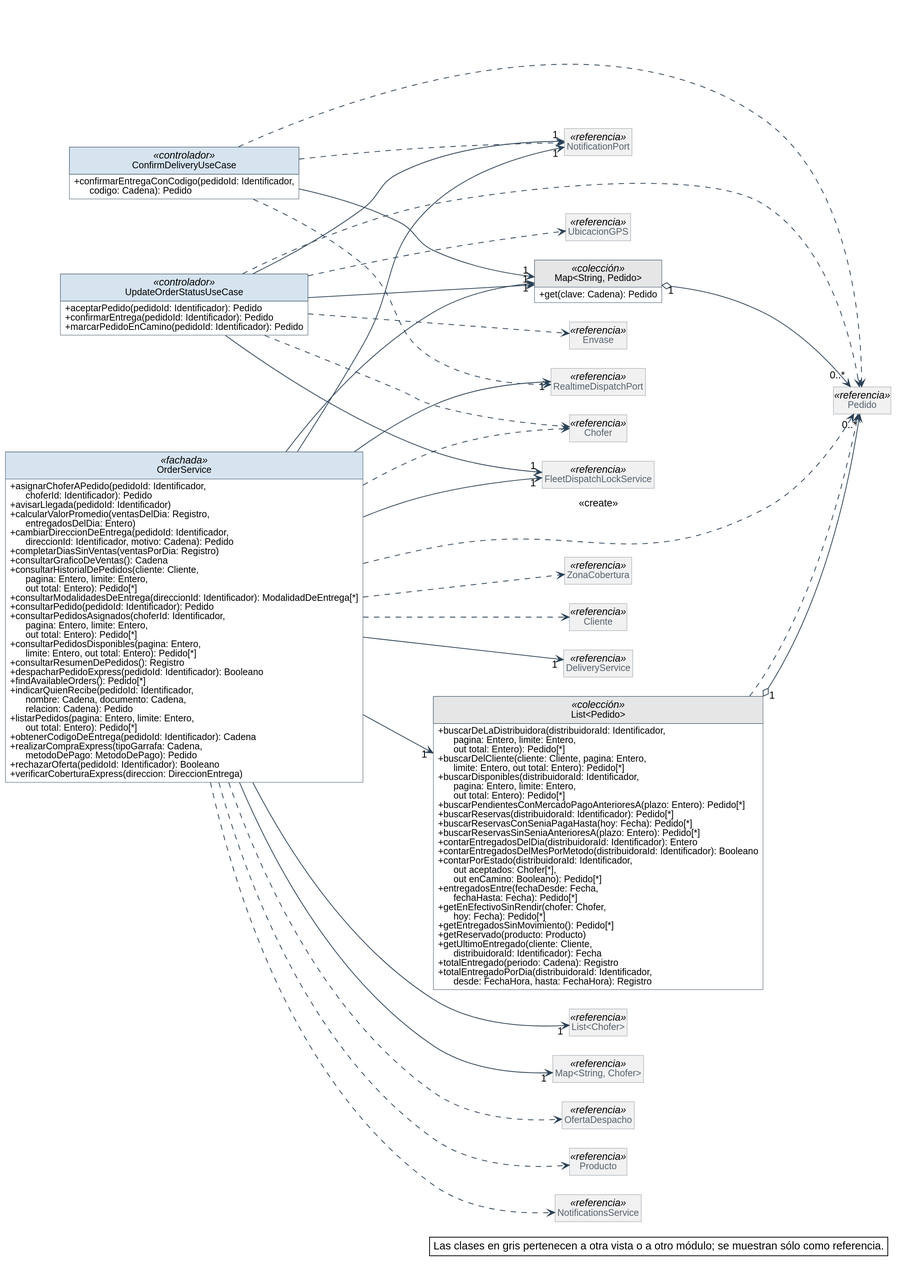
Above: diagramas/clases-diseno/DC_Mod_Pedidos-estado.svg in Nahuelito-Dev/splg-docs (PlantUML), before the change.
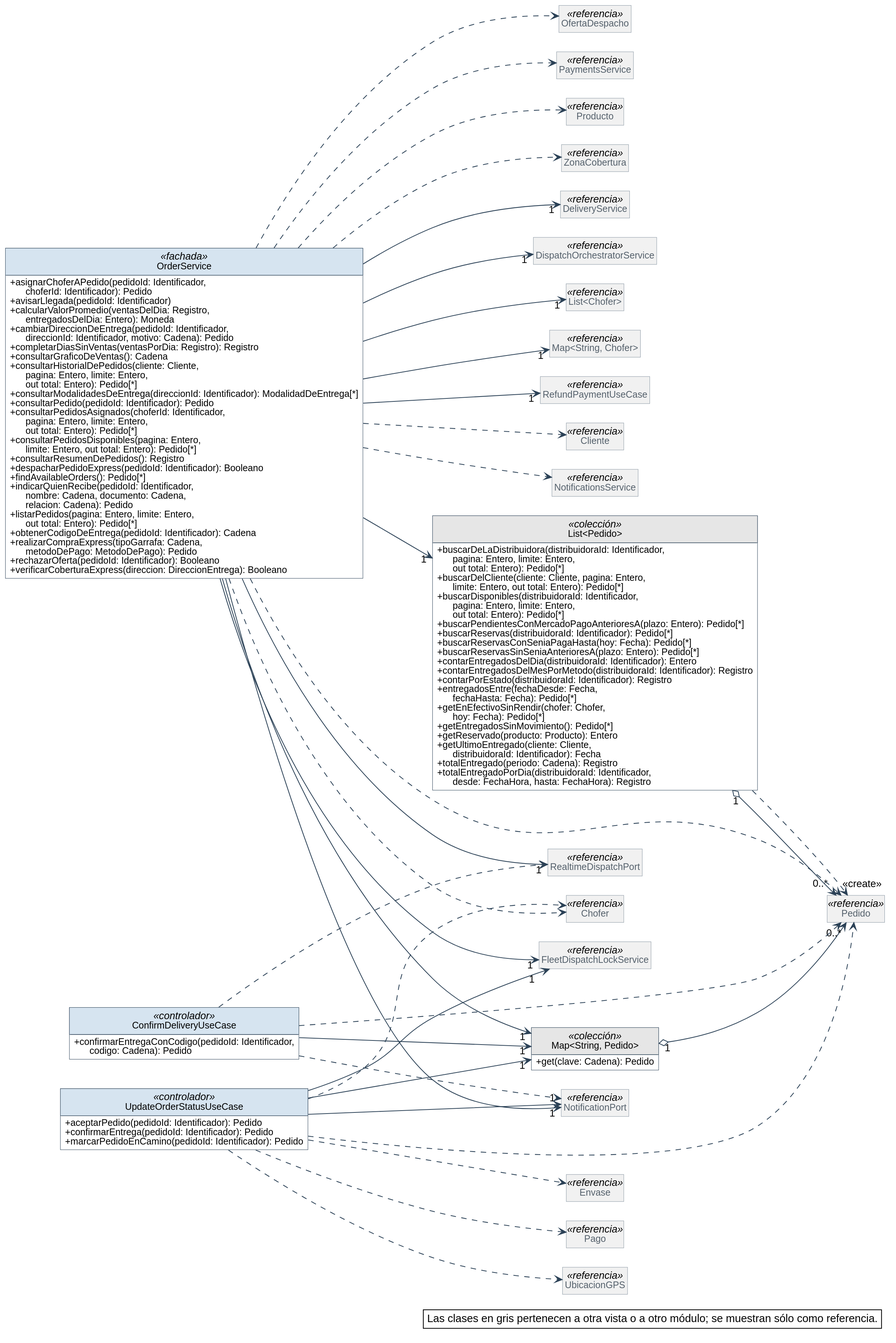
After the change.

The edit, as a diff of the source:
```diff
@@ -63,9 +63,9 @@
 class OrderService <<fachada>> {
   + asignarChoferAPedido(pedidoId: Identificador,\n      choferId: Identificador): Pedido
   + avisarLlegada(pedidoId: Identificador)
-  + calcularValorPromedio(ventasDelDia: Registro,\n      entregadosDelDia: Entero)
+  + calcularValorPromedio(ventasDelDia: Registro,\n      entregadosDelDia: Entero): Moneda
   + cambiarDireccionDeEntrega(pedidoId: Identificador,\n      direccionId: Identificador, motivo: Cadena): Pedido
-  + completarDiasSinVentas(ventasPorDia: Registro)
+  + completarDiasSinVentas(ventasPorDia: Registro): Registro
   + consultarGraficoDeVentas(): Cadena
   + consultarHistorialDePedidos(cliente: Cliente,\n      pagina: Entero, limite: Entero,\n      out total: Entero): Pedido[*]
   + consultarModalidadesDeEntrega(direccionId: Identificador): ModalidadDeEntrega[*]
@@ -80,7 +80,7 @@
   + obtenerCodigoDeEntrega(pedidoId: Identificador): Cadena
   + realizarCompraExpress(tipoGarrafa: Cadena,\n      metodoDePago: MetodoDePago): Pedido
   + rechazarOferta(pedidoId: Identificador): Booleano
-  + verificarCoberturaExpress(direccion: DireccionEntrega)
+  + verificarCoberturaExpress(direccion: DireccionEntrega): Booleano
 }
 class UpdateOrderStatusUseCase <<controlador>> {
   + aceptarPedido(pedidoId: Identificador): Pedido
@@ -102,36 +102,41 @@
   + buscarReservasConSeniaPagaHasta(hoy: Fecha): Pedido[*]
   + buscarReservasSinSeniaAnterioresA(plazo: Entero): Pedido[*]
   + contarEntregadosDelDia(distribuidoraId: Identificador): Entero
-  + contarEntregadosDelMesPorMetodo(distribuidoraId: Identificador): Booleano
-  + contarPorEstado(distribuidoraId: Identificador,\n      out aceptados: Chofer[*],\n      out enCamino: Booleano): Pedido[*]
+  + contarEntregadosDelMesPorMetodo(distribuidoraId: Identificador): Registro
+  + contarPorEstado(distribuidoraId: Identificador): Registro
   + entregadosEntre(fechaDesde: Fecha,\n      fechaHasta: Fecha): Pedido[*]
   + getEnEfectivoSinRendir(chofer: Chofer,\n      hoy: Fecha): Pedido[*]
   + getEntregadosSinMovimiento(): Pedido[*]
-  + getReservado(producto: Producto)
+  + getReservado(producto: Producto): Entero
   + getUltimoEntregado(cliente: Cliente,\n      distribuidoraId: Identificador): Fecha
   + totalEntregado(periodo: Cadena): Registro
   + totalEntregadoPorDia(distribuidoraId: Identificador,\n      desde: FechaHora, hasta: FechaHora): Registro
 }
 class Pedido <<referencia>>
 class DeliveryService <<referencia>>
+class DispatchOrchestratorService <<referencia>>
 class FleetDispatchLockService <<referencia>>
 class "List<Chofer>" as List_Chofer <<referencia>>
 class "Map<String, Chofer>" as Map_String_Chofer <<referencia>>
 class NotificationPort <<referencia>>
 class RealtimeDispatchPort <<referencia>>
+class RefundPaymentUseCase <<referencia>>
+class Chofer <<referencia>>
+class Cliente <<referencia>>
+class NotificationsService <<referencia>>
+class OfertaDespacho <<referencia>>
+class PaymentsService <<referencia>>
+class Producto <<referencia>>
+class ZonaCobertura <<referencia>>
+class Envase <<referencia>>
+class Pago <<referencia>>
 class UbicacionGPS <<referencia>>
-class OfertaDespacho <<referencia>>
-class Producto <<referencia>>
-class Envase <<referencia>>
-class Chofer <<referencia>>
-class NotificationsService <<referencia>>
-class ZonaCobertura <<referencia>>
-class Cliente <<referencia>>
 
 Map_String_Pedido "1" o--> "0..*" Pedido
 List_Pedido "1" o--> "0..*" Pedido
 ConfirmDeliveryUseCase --> "1" Map_String_Pedido
 OrderService --> "1" DeliveryService
+OrderService --> "1" DispatchOrchestratorService
 OrderService --> "1" FleetDispatchLockService
 OrderService --> "1" List_Chofer
 OrderService --> "1" List_Pedido
@@ -139,6 +144,7 @@
 OrderService --> "1" Map_String_Pedido
 OrderService --> "1" NotificationPort
 OrderService --> "1" RealtimeDispatchPort
+OrderService --> "1" RefundPaymentUseCase
 UpdateOrderStatusUseCase --> "1" FleetDispatchLockService
 UpdateOrderStatusUseCase --> "1" Map_String_Pedido
 UpdateOrderStatusUseCase --> "1" NotificationPort
@@ -150,11 +156,13 @@
 OrderService ..> Cliente
 OrderService ..> NotificationsService
 OrderService ..> OfertaDespacho
-OrderService ..> Pedido : <<create>>
+OrderService ..> PaymentsService
+OrderService ..> "<<create>>" Pedido
 OrderService ..> Producto
 OrderService ..> ZonaCobertura
 UpdateOrderStatusUseCase ..> Chofer
 UpdateOrderStatusUseCase ..> Envase
+UpdateOrderStatusUseCase ..> Pago
 UpdateOrderStatusUseCase ..> Pedido
 UpdateOrderStatusUseCase ..> UbicacionGPS
 
```
